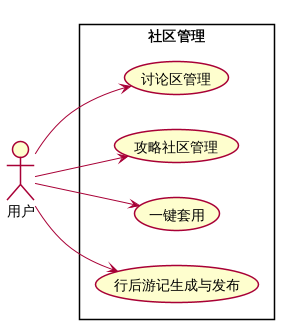
sy123567/- keeps this PlantUML diagram as docs/uml/用例图_社区管理.png. Above is the earlier version. Its source is kept beside it as docs/uml/用例图_社区管理.puml.
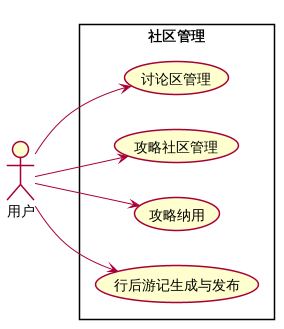
Later version of the same file.

Change to the diagram source:
```diff
@@ -8,7 +8,7 @@
 rectangle "社区管理" {
   usecase "讨论区管理" as c1
   usecase "攻略社区管理" as c2
-  usecase "一键套用" as c3
+  usecase "攻略纳用" as c3
   usecase "行后游记生成与发布" as c4
 }
 
```
